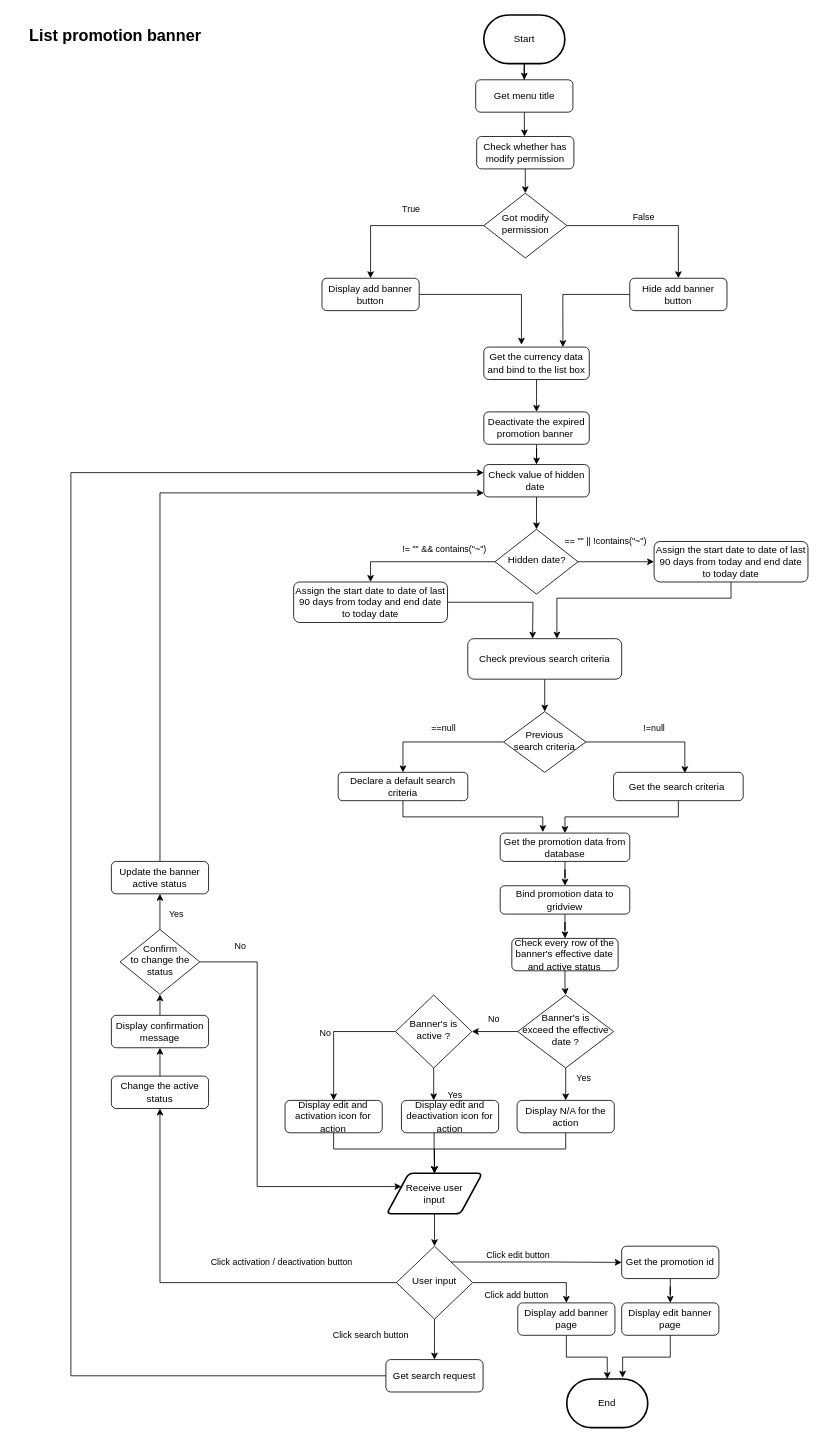
Earlier version of the draw.io diagram page "[Improvise] List promotion banner" (3 of 4) of BannerPromotion/Untitled Diagram.drawio (shawn814/Affiliate). Source tidied: cells renumbered, new cells numbered last; positions are measured from the earlier drawing's top-left corner, leaving out a move shared by most shapes. Both pictures are drawn from the tidied source at 81%, with x=0, y=0 at pixel (14, 15).
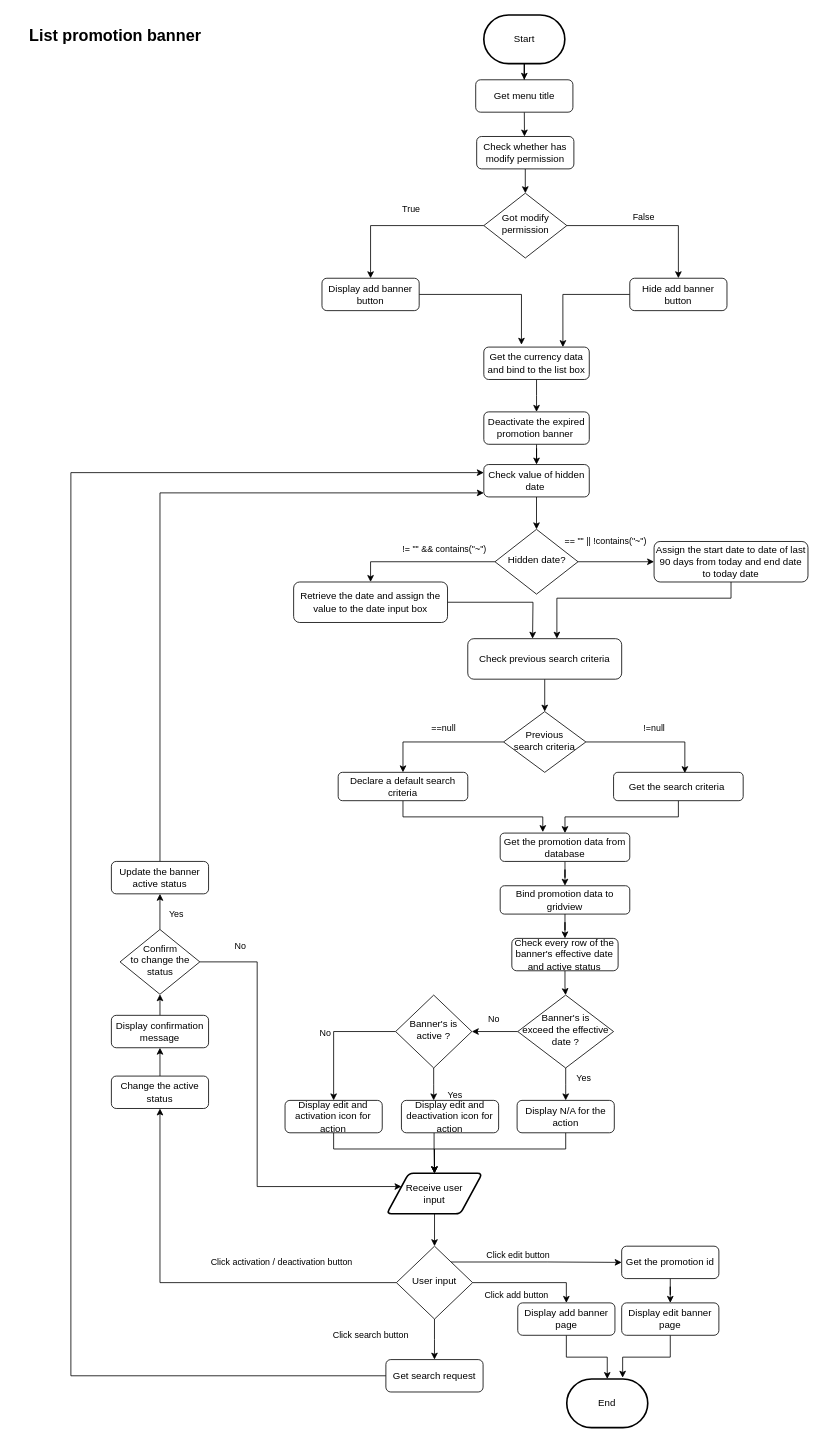
After the change.

What changed in the source:
```diff
@@
-    <mxCell id="25" value="Assign the start date to date of last 90 days from today and end date to today date" style="rounded=1;whiteSpace=wrap;html=1;fontSize=12;glass=0;strokeWidth=1;shadow=0;" parent="1" vertex="1">
+    <mxCell id="25" value="Retrieve the date and assign the value to the date input box" style="rounded=1;whiteSpace=wrap;html=1;fontSize=12;glass=0;strokeWidth=1;shadow=0;" parent="1" vertex="1">
       <mxGeometry x="345" y="700" width="190" height="50" as="geometry" />
     </mxCell>
```
